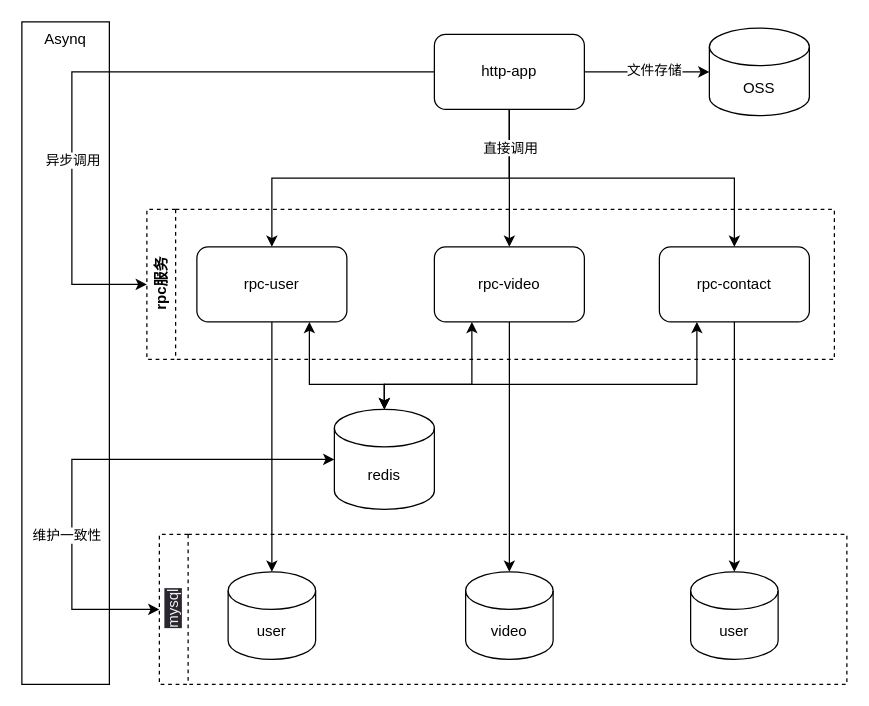
Earlier version of the draw.io diagram docs/业务架构图.drawio (h68u/h68u-tiktok-app-microservice). Source tidied: cells renumbered, new cells numbered last; positions are measured from the earlier drawing's top-left corner, leaving out a move shared by most shapes. Both pictures are drawn from the tidied source at 125%, with x=0, y=0 at pixel (21, 21).
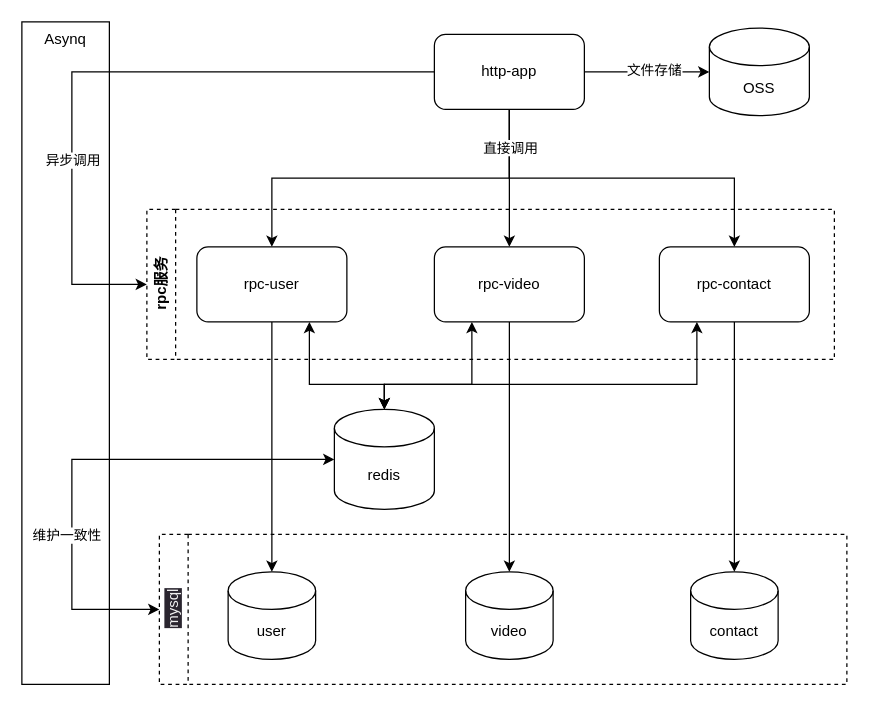
Above is the later version.

Commit message:
fix:修复业务架构图中的错误

Unchanged cells that the change refers to:
```xml
<mxCell id="21" value="&lt;span style=&quot;color: rgb(240, 240, 240); font-family: Helvetica; font-size: 12px; font-style: normal; font-variant-ligatures: normal; font-variant-caps: normal; font-weight: 400; letter-spacing: normal; orphans: 2; text-align: center; text-indent: 0px; text-transform: none; widows: 2; word-spacing: 0px; -webkit-text-stroke-width: 0px; background-color: rgb(42, 37, 47); text-decoration-thickness: initial; text-decoration-style: initial; text-decoration-color: initial; float: none; display: inline !important;&quot;&gt;mysql&lt;/span&gt;" style="swimlane;horizontal=0;whiteSpace=wrap;html=1;dashed=1;" parent="1" vertex="1">
  <mxGeometry x="110" y="410" width="550" height="120" as="geometry" />
</mxCell>
```

The edit, as a diff of the source:
```diff
@@
-    <mxCell id="24" value="user" style="shape=cylinder3;whiteSpace=wrap;html=1;boundedLbl=1;backgroundOutline=1;size=15;" parent="21" vertex="1">
+    <mxCell id="24" value="contact" style="shape=cylinder3;whiteSpace=wrap;html=1;boundedLbl=1;backgroundOutline=1;size=15;" parent="21" vertex="1">
       <mxGeometry x="425" y="30" width="70" height="70" as="geometry" />
     </mxCell>
```
